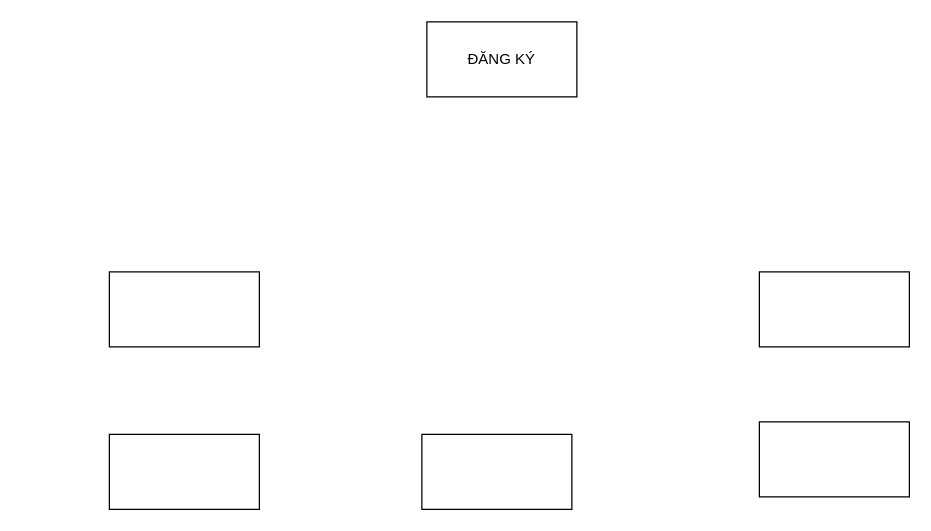
This is Biểu đồ không có tiêu đề.drawio from InfiniteByte1811/branch1, a draw.io file, before an edit. Source tidied: cells renumbered, new cells numbered last; positions are measured from the earlier drawing's top-left corner, leaving out a move shared by most shapes. Both pictures are drawn from the tidied source at 125%, with x=0, y=0 at pixel (109, 21).
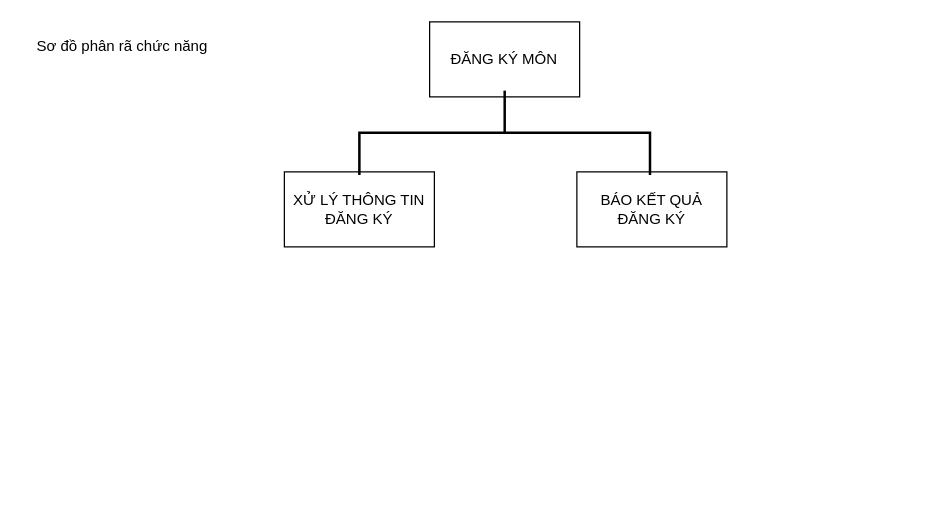
The same page after the edit.

Commit message (it also covers changes not shown here):
Cập nhật Biểu đồ không có tiêu đề.drawio

The edit, as a diff of the source:
```diff
@@
 <mxGraphModel>
   <root>
     <mxCell id="0" />
     <mxCell id="1" parent="0" />
-    <mxCell id="2" value="ĐĂNG KÝ" style="rounded=0;whiteSpace=wrap;html=1;" parent="1" vertex="1">
-      <mxGeometry x="254" width="120" height="60" as="geometry" />
+    <mxCell id="2" value="ĐĂNG KÝ MÔN" style="rounded=0;whiteSpace=wrap;html=1;" parent="1" vertex="1">
+      <mxGeometry x="256.2" width="120" height="60" as="geometry" />
     </mxCell>
-    <mxCell id="3" style="rounded=0;whiteSpace=wrap;html=1;" parent="1" vertex="1">
-      <mxGeometry x="250" y="330" width="120" height="60" as="geometry" />
+    <mxCell id="3" value="BÁO KẾT QUẢ ĐĂNG KÝ" style="rounded=0;whiteSpace=wrap;html=1;" parent="1" vertex="1">
+      <mxGeometry x="374" y="120" width="120" height="60" as="geometry" />
     </mxCell>
-    <mxCell id="4" style="rounded=0;whiteSpace=wrap;html=1;" parent="1" vertex="1">
-      <mxGeometry x="520" y="320" width="120" height="60" as="geometry" />
-    </mxCell>
-    <mxCell id="5" style="rounded=0;whiteSpace=wrap;html=1;" parent="1" vertex="1">
-      <mxGeometry y="330" width="120" height="60" as="geometry" />
+    <mxCell id="5" value="XỬ LÝ THÔNG TIN ĐĂNG KÝ" style="rounded=0;whiteSpace=wrap;html=1;" parent="1" vertex="1">
+      <mxGeometry x="140" y="120" width="120" height="60" as="geometry" />
     </mxCell>
-    <mxCell id="6" style="rounded=0;whiteSpace=wrap;html=1;" parent="1" vertex="1">
-      <mxGeometry y="200" width="120" height="60" as="geometry" />
-    </mxCell>
-    <mxCell id="7" style="rounded=0;whiteSpace=wrap;html=1;" parent="1" vertex="1">
-      <mxGeometry x="520" y="200" width="120" height="60" as="geometry" />
-    </mxCell>
+    <mxCell id="8" style="strokeWidth=2;html=1;shape=mxgraph.flowchart.annotation_2;align=left;labelPosition=right;rotation=90;" parent="1" vertex="1">
+      <mxGeometry x="282.5" y="-27.5" width="67.5" height="232.5" as="geometry" />
+    </mxCell>
+    <mxCell id="9" value="Sơ đồ phân rã chức năng" style="text;html=1;align=center;verticalAlign=middle;strokeColor=none;fillColor=none;" parent="1" vertex="1">
+      <mxGeometry x="-70" y="5" width="160" height="30" as="geometry" />
+    </mxCell>
   </root>
 </mxGraphModel>
```
